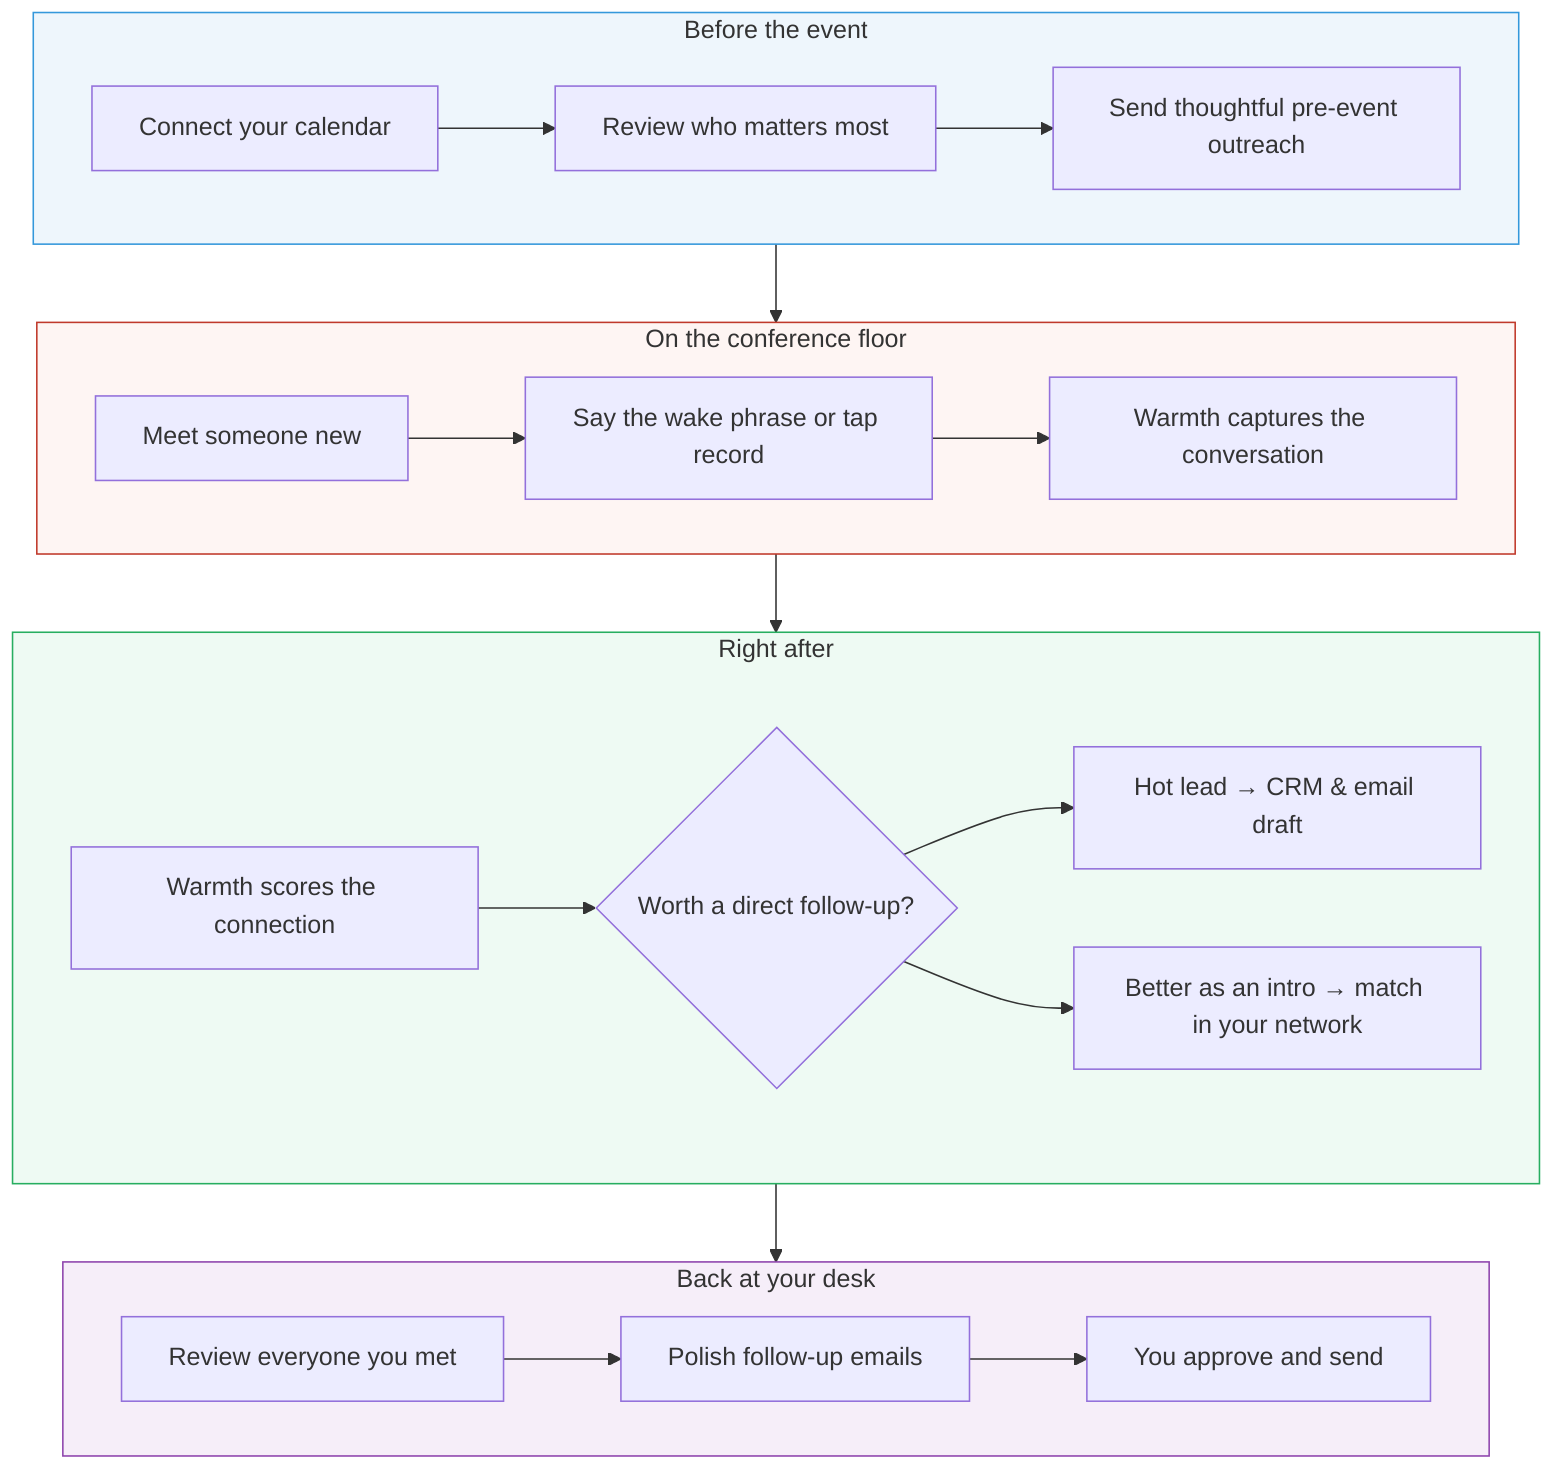
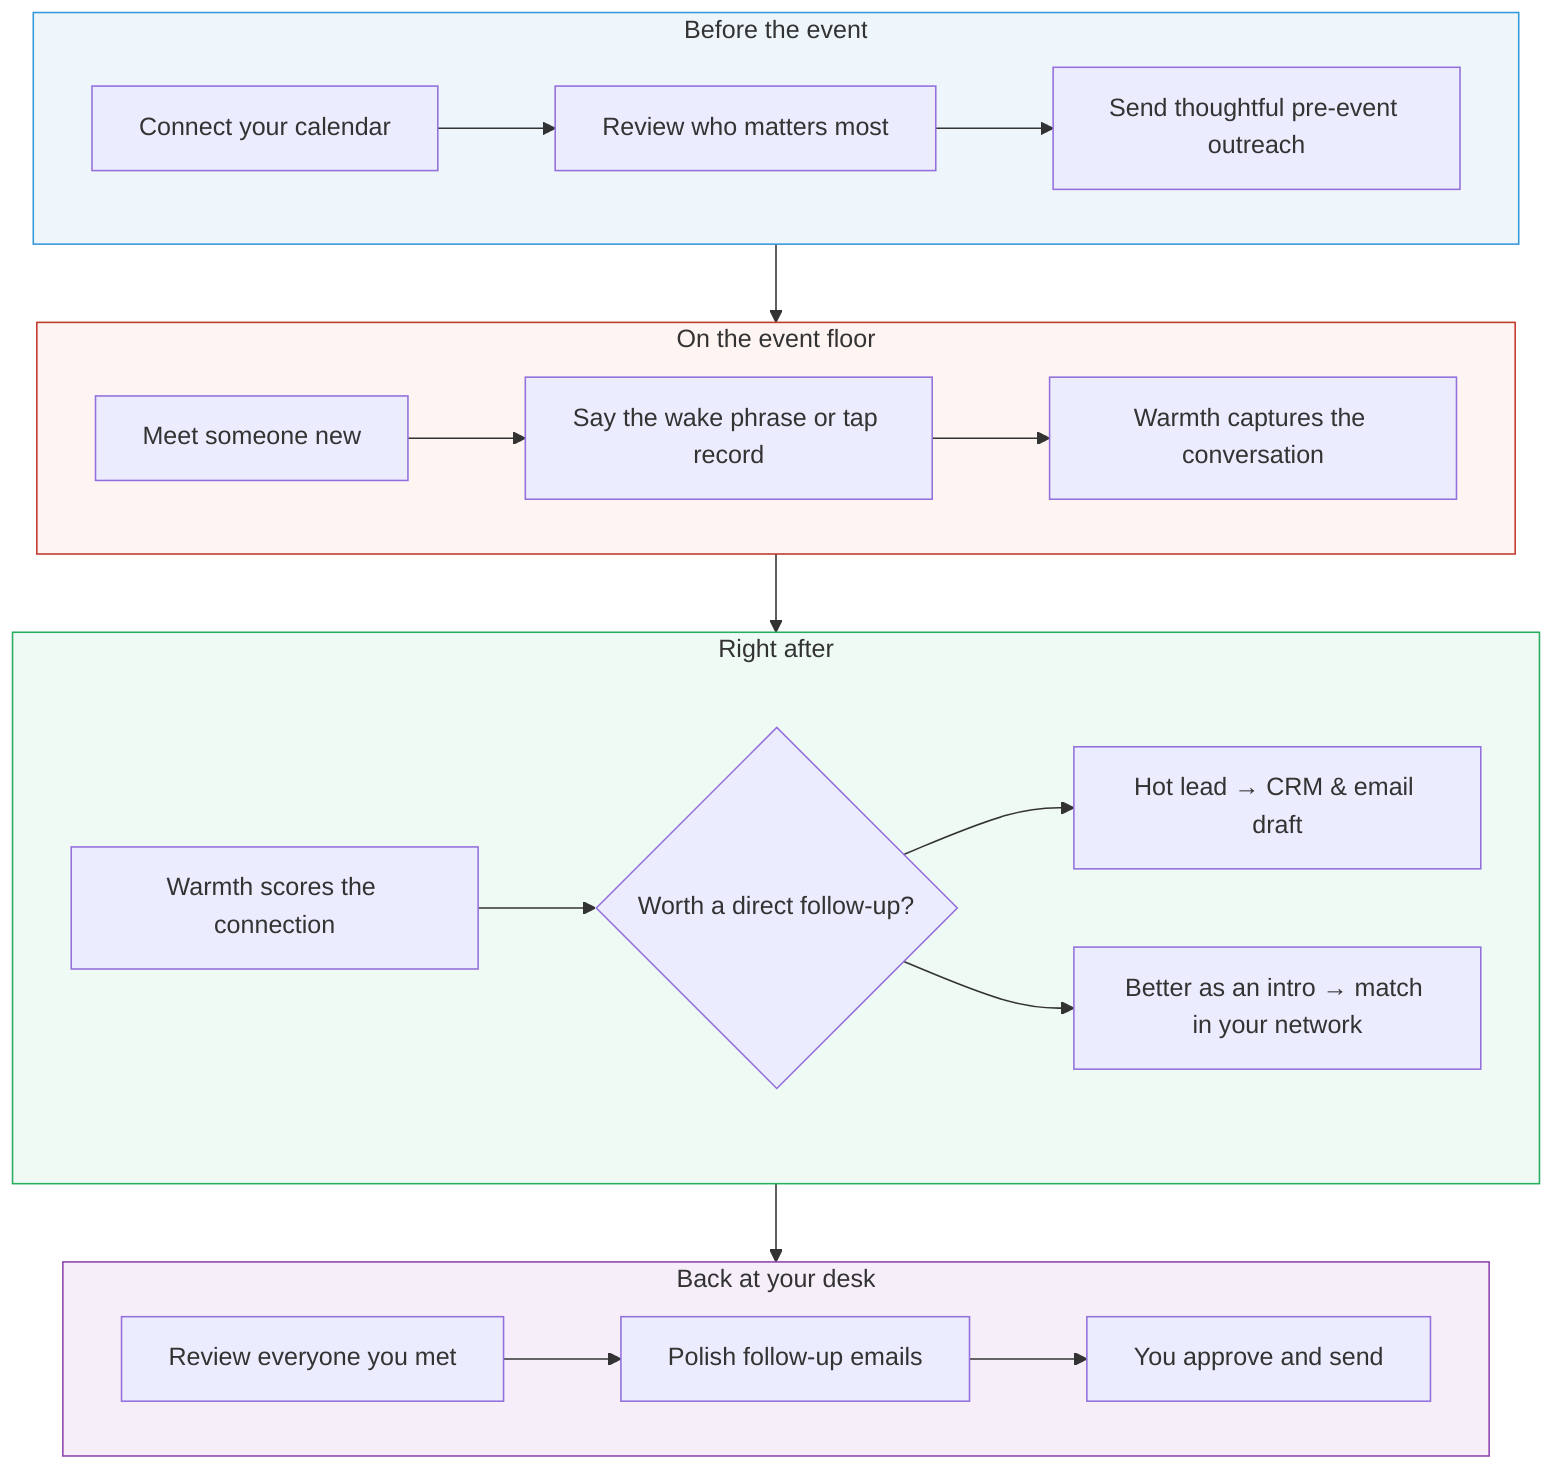
flowchart TB
    subgraph before["Before the event"]
        B1["Connect your calendar"]
        B2["Review who matters most"]
        B3["Send thoughtful pre-event outreach"]
        B1 --> B2 --> B3
    end

-     subgraph floor["On the conference floor"]
+     subgraph floor["On the event floor"]
        F1["Meet someone new"]
        F2["Say the wake phrase or tap record"]
        F3["Warmth captures the conversation"]
        F1 --> F2 --> F3
    end

    subgraph after["Right after"]
        A1["Warmth scores the connection"]
        A2{"Worth a direct follow-up?"}
        A3["Hot lead → CRM & email draft"]
        A4["Better as an intro → match in your network"]
        A1 --> A2
        A2 --> A3
        A2 --> A4
    end

    subgraph desk["Back at your desk"]
        D1["Review everyone you met"]
        D2["Polish follow-up emails"]
        D3["You approve and send"]
        D1 --> D2 --> D3
    end

    before --> floor --> after --> desk

    style before fill:#eef6fc,stroke:#3498db
    style floor fill:#fef5f3,stroke:#c0392b
    style after fill:#eefaf3,stroke:#27ae60
    style desk fill:#f6eef9,stroke:#8e44ad
